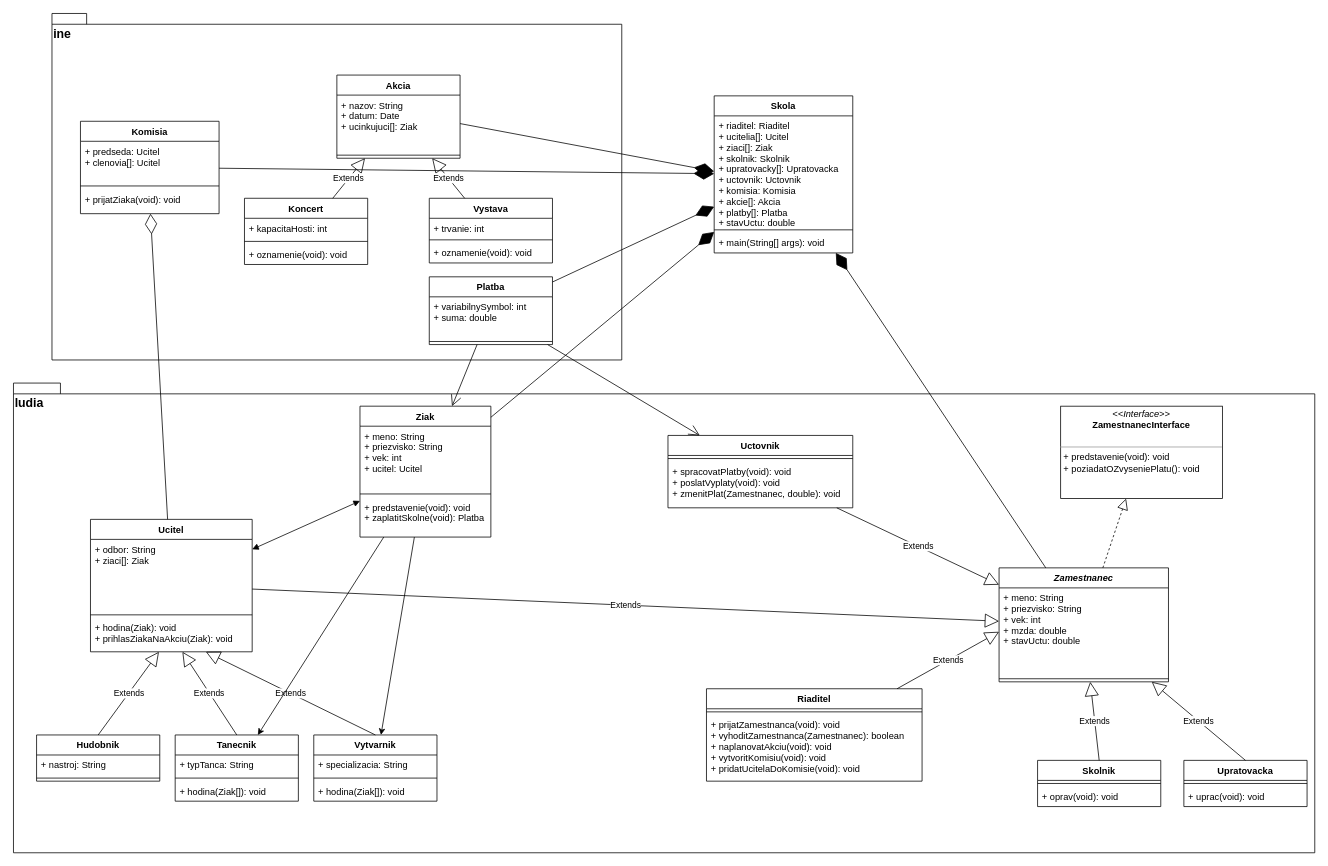
okmada123/draw.io keeps this draw.io diagram as Untitled Diagram.drawio. Above is the earlier version. Source tidied: cells renumbered, new cells numbered last; positions are measured from the earlier drawing's top-left corner, leaving out a move shared by most shapes. Both pictures are drawn from the tidied source at 77%, with x=0, y=0 at pixel (13, 13).
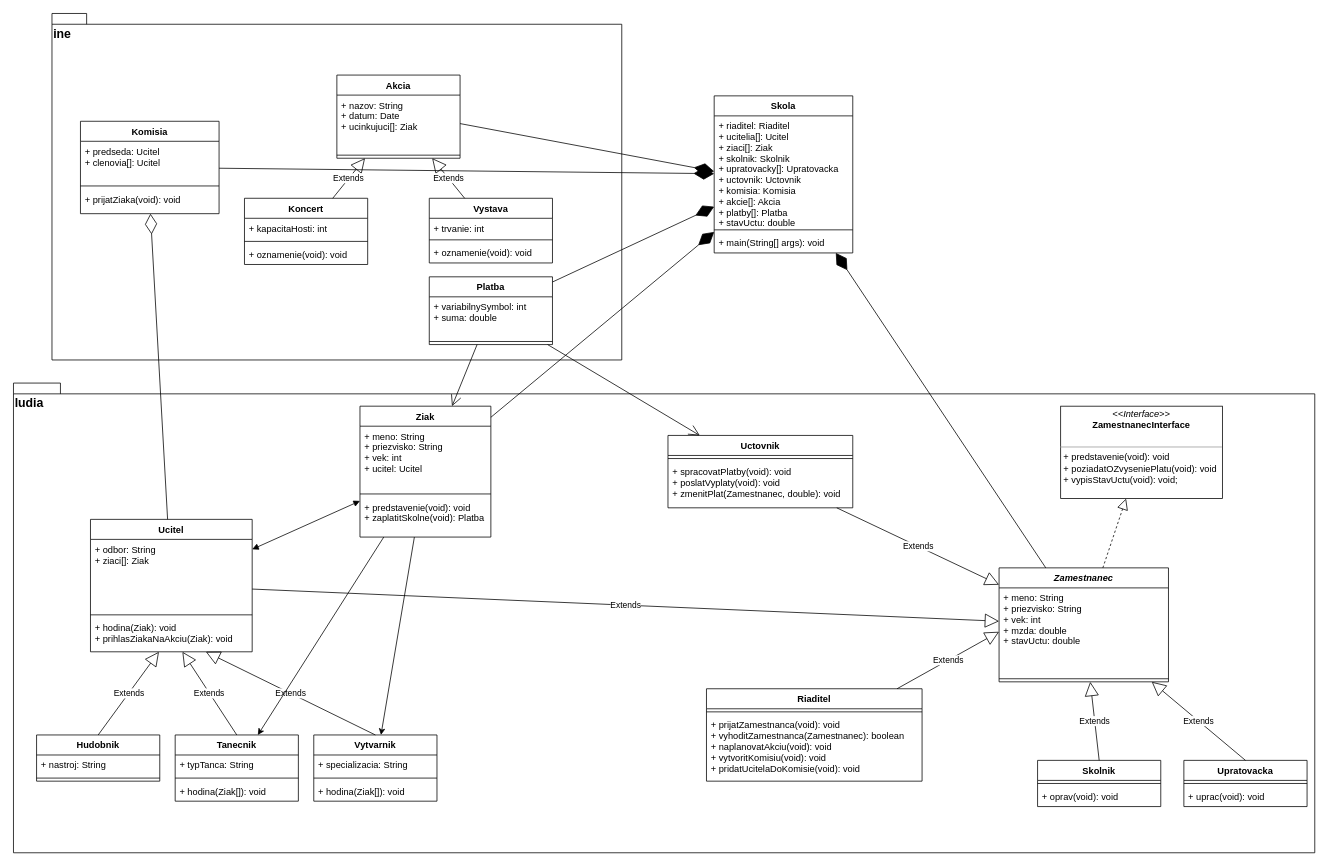
After the change.

Change to the diagram source:
```diff
@@
-    <mxCell id="81" value="&lt;p style=&quot;margin: 0px ; margin-top: 4px ; text-align: center&quot;&gt;&lt;i&gt;&amp;lt;&amp;lt;Interface&amp;gt;&amp;gt;&lt;/i&gt;&lt;br&gt;&lt;b&gt;ZamestnanecInterface&lt;/b&gt;&lt;/p&gt;&lt;p style=&quot;margin: 0px ; margin-left: 4px&quot;&gt;&lt;br&gt;&lt;/p&gt;&lt;hr size=&quot;1&quot;&gt;&lt;p style=&quot;margin: 0px ; margin-left: 4px&quot;&gt;+ predstavenie(void): void&lt;br&gt;+ poziadatOZvyseniePlatu(): void&lt;/p&gt;" style="verticalAlign=top;align=left;overflow=fill;fontSize=12;fontFamily=Helvetica;html=1;" parent="1" vertex="1">
+    <mxCell id="81" value="&lt;p style=&quot;margin: 0px ; margin-top: 4px ; text-align: center&quot;&gt;&lt;i&gt;&amp;lt;&amp;lt;Interface&amp;gt;&amp;gt;&lt;/i&gt;&lt;br&gt;&lt;b&gt;ZamestnanecInterface&lt;/b&gt;&lt;/p&gt;&lt;p style=&quot;margin: 0px ; margin-left: 4px&quot;&gt;&lt;br&gt;&lt;/p&gt;&lt;hr size=&quot;1&quot;&gt;&lt;p style=&quot;margin: 0px ; margin-left: 4px&quot;&gt;+ predstavenie(void): void&lt;br&gt;+ poziadatOZvyseniePlatu(void): void&lt;/p&gt;&lt;p style=&quot;margin: 0px ; margin-left: 4px&quot;&gt;+ vypisStavUctu(void): void;&lt;/p&gt;" style="verticalAlign=top;align=left;overflow=fill;fontSize=12;fontFamily=Helvetica;html=1;" parent="1" vertex="1">
       <mxGeometry x="1360" y="510" width="210" height="120" as="geometry" />
     </mxCell>
```
